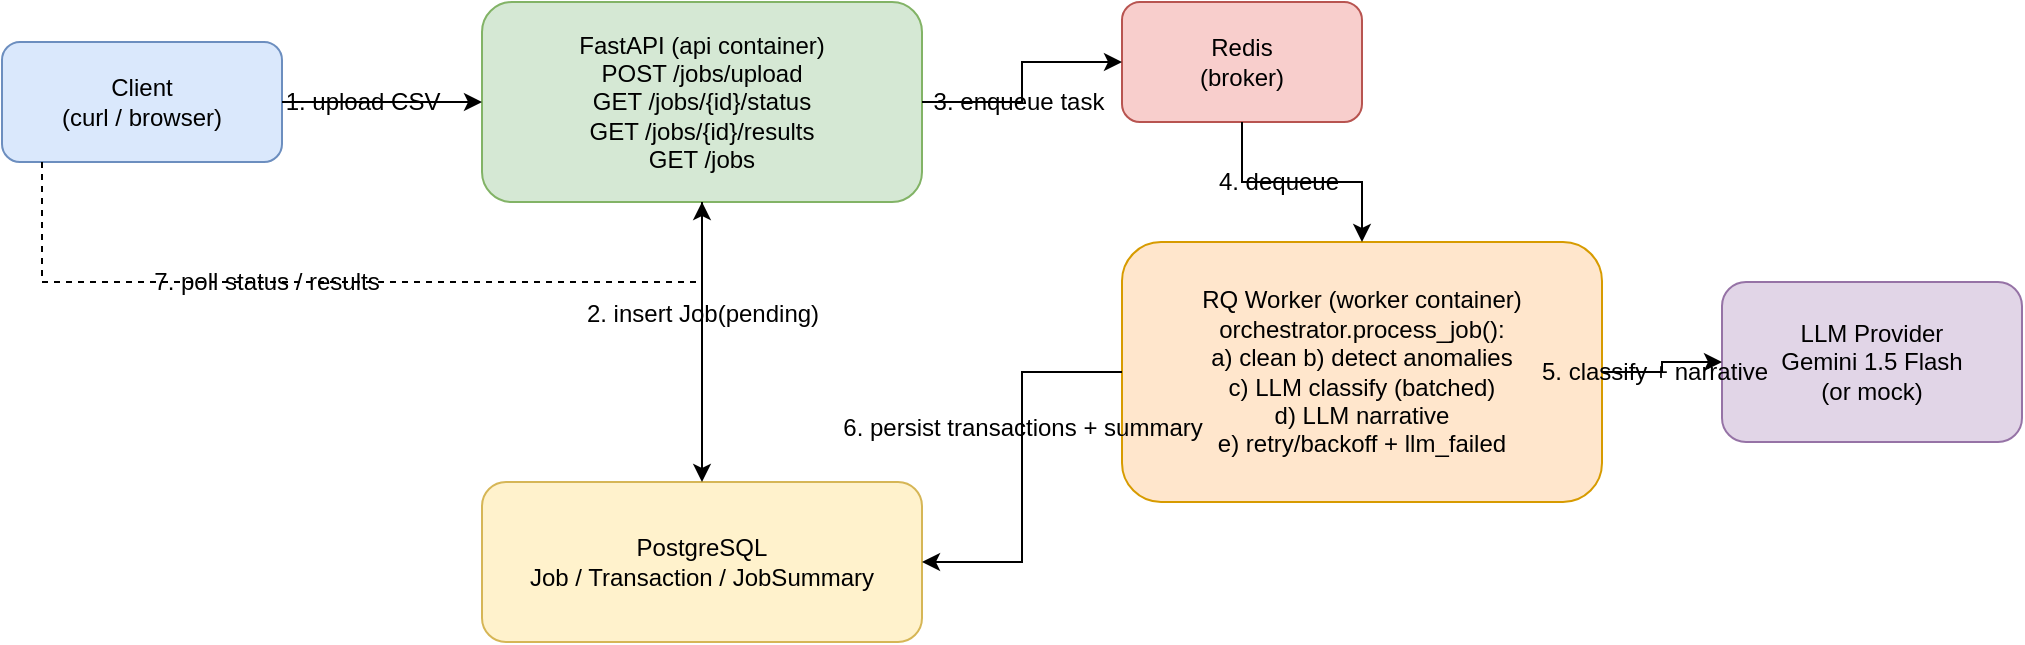
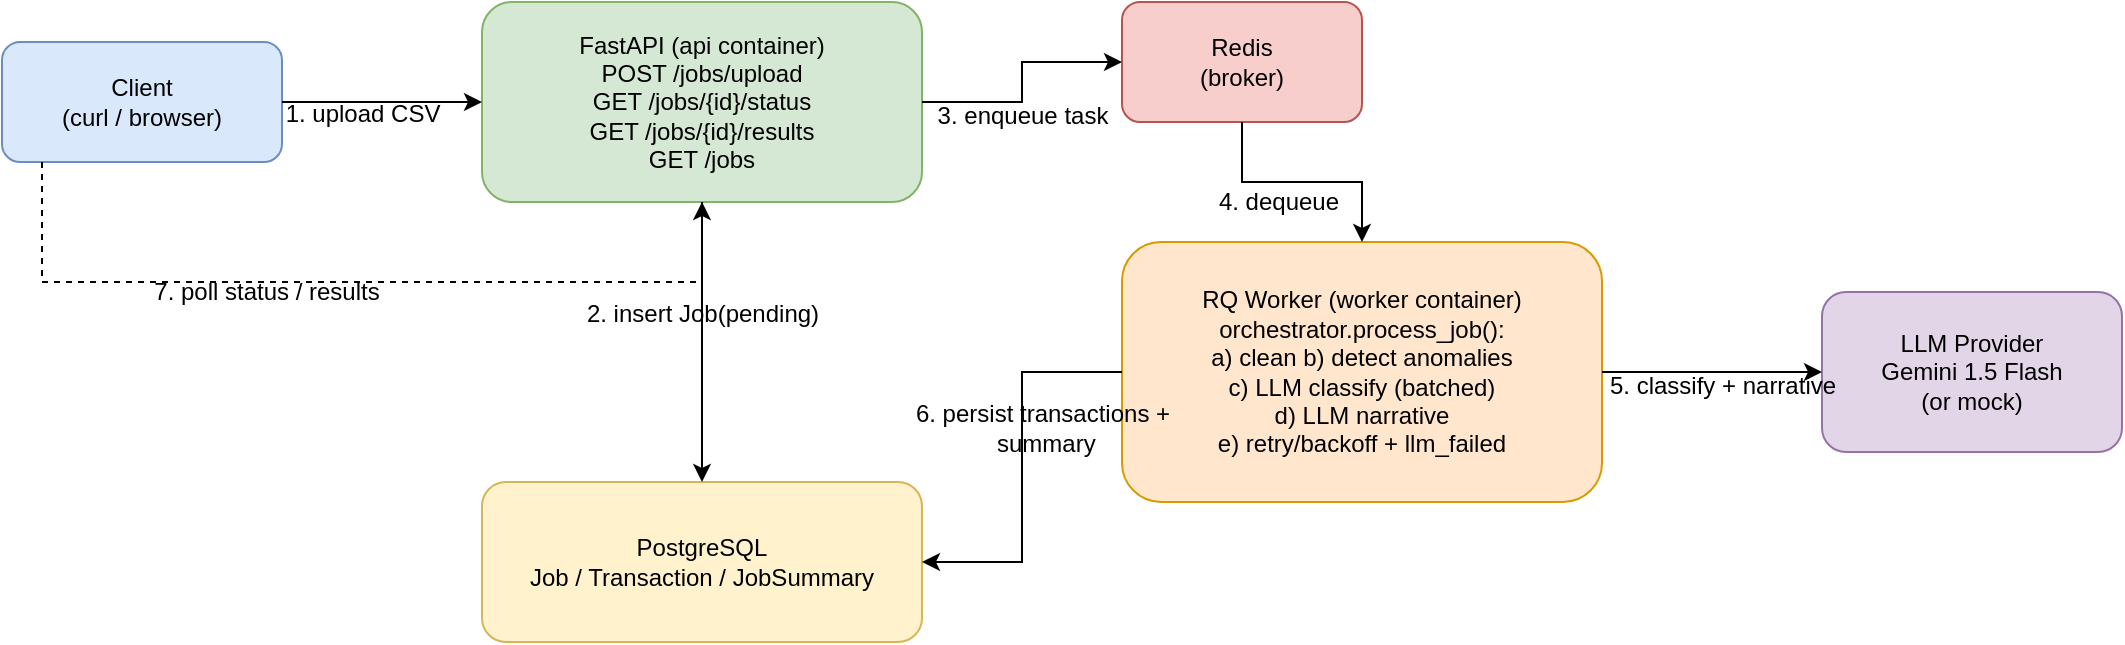
- <mxfile host="app.diagrams.net">
-   <diagram name="Architecture" id="arch1">
-     <mxGraphModel dx="1200" dy="700" grid="1" gridSize="10" guides="1" tooltips="1" connect="1" arrows="1" fold="1" page="1" pageScale="1" pageWidth="1100" pageHeight="850" math="0" shadow="0">
-       <root>
-         <mxCell id="0" />
-         <mxCell id="1" parent="0" />
- 
-         <mxCell id="client" value="Client&#10;(curl / browser)" style="rounded=1;whiteSpace=wrap;html=1;fillColor=#dae8fc;strokeColor=#6c8ebf;" vertex="1" parent="1">
-           <mxGeometry x="40" y="60" width="140" height="60" as="geometry" />
-         </mxCell>
- 
-         <mxCell id="api" value="FastAPI (api container)&#10;POST /jobs/upload&#10;GET /jobs/{id}/status&#10;GET /jobs/{id}/results&#10;GET /jobs" style="rounded=1;whiteSpace=wrap;html=1;fillColor=#d5e8d4;strokeColor=#82b366;" vertex="1" parent="1">
-           <mxGeometry x="280" y="40" width="220" height="100" as="geometry" />
-         </mxCell>
- 
-         <mxCell id="redis" value="Redis&#10;(broker)" style="rounded=1;whiteSpace=wrap;html=1;fillColor=#f8cecc;strokeColor=#b85450;" vertex="1" parent="1">
-           <mxGeometry x="600" y="40" width="120" height="60" as="geometry" />
-         </mxCell>
- 
-         <mxCell id="worker" value="RQ Worker (worker container)&#10;orchestrator.process_job():&#10;a) clean  b) detect anomalies&#10;c) LLM classify (batched)&#10;d) LLM narrative&#10;e) retry/backoff + llm_failed" style="rounded=1;whiteSpace=wrap;html=1;fillColor=#ffe6cc;strokeColor=#d79b00;" vertex="1" parent="1">
-           <mxGeometry x="600" y="160" width="240" height="130" as="geometry" />
-         </mxCell>
- 
-         <mxCell id="llm" value="LLM Provider&#10;Gemini 1.5 Flash&#10;(or mock)" style="rounded=1;whiteSpace=wrap;html=1;fillColor=#e1d5e7;strokeColor=#9673a6;" vertex="1" parent="1">
-           <mxGeometry x="900" y="180" width="150" height="80" as="geometry" />
-         </mxCell>
- 
-         <mxCell id="db" value="PostgreSQL&#10;Job / Transaction / JobSummary" style="rounded=1;whiteSpace=wrap;html=1;fillColor=#fff2cc;strokeColor=#d6b656;" vertex="1" parent="1">
-           <mxGeometry x="280" y="280" width="220" height="80" as="geometry" />
-         </mxCell>
- 
-         <mxCell id="e1" style="edgeStyle=orthogonalEdgeStyle;rounded=0;html=1;" edge="1" parent="1" source="client" target="api">
-           <mxGeometry relative="1" as="geometry" />
-         </mxCell>
-         <mxCell id="e1l" value="1. upload CSV" style="html=1;" vertex="1" connectable="0" parent="e1">
-           <mxGeometry x="-0.2" relative="1" as="geometry"><mxPoint as="offset" /></mxGeometry>
-         </mxCell>
- 
-         <mxCell id="e2" style="edgeStyle=orthogonalEdgeStyle;rounded=0;html=1;" edge="1" parent="1" source="api" target="db">
-           <mxGeometry relative="1" as="geometry" />
-         </mxCell>
-         <mxCell id="e2l" value="2. insert Job(pending)" style="html=1;" vertex="1" connectable="0" parent="e2">
-           <mxGeometry x="-0.2" relative="1" as="geometry"><mxPoint as="offset" /></mxGeometry>
-         </mxCell>
- 
-         <mxCell id="e3" style="edgeStyle=orthogonalEdgeStyle;rounded=0;html=1;" edge="1" parent="1" source="api" target="redis">
-           <mxGeometry relative="1" as="geometry" />
-         </mxCell>
-         <mxCell id="e3l" value="3. enqueue task" style="html=1;" vertex="1" connectable="0" parent="e3">
-           <mxGeometry x="-0.2" relative="1" as="geometry"><mxPoint as="offset" /></mxGeometry>
-         </mxCell>
- 
-         <mxCell id="e4" style="edgeStyle=orthogonalEdgeStyle;rounded=0;html=1;" edge="1" parent="1" source="redis" target="worker">
-           <mxGeometry relative="1" as="geometry" />
-         </mxCell>
-         <mxCell id="e4l" value="4. dequeue" style="html=1;" vertex="1" connectable="0" parent="e4">
-           <mxGeometry x="-0.2" relative="1" as="geometry"><mxPoint as="offset" /></mxGeometry>
-         </mxCell>
- 
-         <mxCell id="e5" style="edgeStyle=orthogonalEdgeStyle;rounded=0;html=1;" edge="1" parent="1" source="worker" target="llm">
-           <mxGeometry relative="1" as="geometry" />
-         </mxCell>
-         <mxCell id="e5l" value="5. classify + narrative" style="html=1;" vertex="1" connectable="0" parent="e5">
-           <mxGeometry x="-0.2" relative="1" as="geometry"><mxPoint as="offset" /></mxGeometry>
-         </mxCell>
- 
-         <mxCell id="e6" style="edgeStyle=orthogonalEdgeStyle;rounded=0;html=1;" edge="1" parent="1" source="worker" target="db">
-           <mxGeometry relative="1" as="geometry" />
-         </mxCell>
-         <mxCell id="e6l" value="6. persist transactions + summary" style="html=1;" vertex="1" connectable="0" parent="e6">
-           <mxGeometry x="-0.2" relative="1" as="geometry"><mxPoint as="offset" /></mxGeometry>
-         </mxCell>
- 
-         <mxCell id="e7" style="edgeStyle=orthogonalEdgeStyle;rounded=0;html=1;dashed=1;" edge="1" parent="1" source="client" target="api">
-           <mxGeometry relative="1" as="geometry">
-             <Array as="points"><mxPoint x="60" y="180" /></Array>
-           </mxGeometry>
-         </mxCell>
-         <mxCell id="e7l" value="7. poll status / results" style="html=1;" vertex="1" connectable="0" parent="e7">
-           <mxGeometry x="-0.2" relative="1" as="geometry"><mxPoint as="offset" /></mxGeometry>
-         </mxCell>
- 
-       </root>
-     </mxGraphModel>
-   </diagram>
- </mxfile>
+ <mxfile host="65bd71144e">
+     <diagram name="Architecture" id="arch1">
+         <mxGraphModel dx="623" dy="413" grid="1" gridSize="10" guides="1" tooltips="1" connect="1" arrows="1" fold="1" page="1" pageScale="1" pageWidth="1100" pageHeight="850" math="0" shadow="0">
+             <root>
+                 <mxCell id="0"/>
+                 <mxCell id="1" parent="0"/>
+                 <mxCell id="client" value="Client&#xa;(curl / browser)" style="rounded=1;whiteSpace=wrap;html=1;fillColor=#dae8fc;strokeColor=#6c8ebf;" parent="1" vertex="1">
+                     <mxGeometry x="40" y="60" width="140" height="60" as="geometry"/>
+                 </mxCell>
+                 <mxCell id="api" value="FastAPI (api container)&#xa;POST /jobs/upload&#xa;GET /jobs/{id}/status&#xa;GET /jobs/{id}/results&#xa;GET /jobs" style="rounded=1;whiteSpace=wrap;html=1;fillColor=#d5e8d4;strokeColor=#82b366;" parent="1" vertex="1">
+                     <mxGeometry x="280" y="40" width="220" height="100" as="geometry"/>
+                 </mxCell>
+                 <mxCell id="redis" value="Redis&#xa;(broker)" style="rounded=1;whiteSpace=wrap;html=1;fillColor=#f8cecc;strokeColor=#b85450;" parent="1" vertex="1">
+                     <mxGeometry x="600" y="40" width="120" height="60" as="geometry"/>
+                 </mxCell>
+                 <mxCell id="worker" value="RQ Worker (worker container)&#xa;orchestrator.process_job():&#xa;a) clean  b) detect anomalies&#xa;c) LLM classify (batched)&#xa;d) LLM narrative&#xa;e) retry/backoff + llm_failed" style="rounded=1;whiteSpace=wrap;html=1;fillColor=#ffe6cc;strokeColor=#d79b00;" parent="1" vertex="1">
+                     <mxGeometry x="600" y="160" width="240" height="130" as="geometry"/>
+                 </mxCell>
+                 <mxCell id="llm" value="LLM Provider&#xa;Gemini 1.5 Flash&#xa;(or mock)" style="rounded=1;whiteSpace=wrap;html=1;fillColor=#e1d5e7;strokeColor=#9673a6;" parent="1" vertex="1">
+                     <mxGeometry x="950" y="185" width="150" height="80" as="geometry"/>
+                 </mxCell>
+                 <mxCell id="db" value="PostgreSQL&#xa;Job / Transaction / JobSummary" style="rounded=1;whiteSpace=wrap;html=1;fillColor=#fff2cc;strokeColor=#d6b656;" parent="1" vertex="1">
+                     <mxGeometry x="280" y="280" width="220" height="80" as="geometry"/>
+                 </mxCell>
+                 <mxCell id="e1" style="edgeStyle=orthogonalEdgeStyle;rounded=0;html=1;" parent="1" source="client" target="api" edge="1">
+                     <mxGeometry relative="1" as="geometry"/>
+                 </mxCell>
+                 <mxCell id="e1l" value="1. upload CSV" style="html=1;" parent="e1" vertex="1" connectable="0">
+                     <mxGeometry x="-0.2" relative="1" as="geometry">
+                         <mxPoint y="6" as="offset"/>
+                     </mxGeometry>
+                 </mxCell>
+                 <mxCell id="e2" style="edgeStyle=orthogonalEdgeStyle;rounded=0;html=1;" parent="1" source="api" target="db" edge="1">
+                     <mxGeometry relative="1" as="geometry"/>
+                 </mxCell>
+                 <mxCell id="e2l" value="2. insert Job(pending)" style="html=1;" parent="e2" vertex="1" connectable="0">
+                     <mxGeometry x="-0.2" relative="1" as="geometry">
+                         <mxPoint as="offset"/>
+                     </mxGeometry>
+                 </mxCell>
+                 <mxCell id="e3" style="edgeStyle=orthogonalEdgeStyle;rounded=0;html=1;" parent="1" source="api" target="redis" edge="1">
+                     <mxGeometry relative="1" as="geometry"/>
+                 </mxCell>
+                 <mxCell id="e3l" value="3. enqueue task" style="html=1;" parent="e3" vertex="1" connectable="0">
+                     <mxGeometry x="-0.2" relative="1" as="geometry">
+                         <mxPoint x="2" y="7" as="offset"/>
+                     </mxGeometry>
+                 </mxCell>
+                 <mxCell id="e4" style="edgeStyle=orthogonalEdgeStyle;rounded=0;html=1;" parent="1" source="redis" target="worker" edge="1">
+                     <mxGeometry relative="1" as="geometry"/>
+                 </mxCell>
+                 <mxCell id="e4l" value="4. dequeue" style="html=1;" parent="e4" vertex="1" connectable="0">
+                     <mxGeometry x="-0.2" relative="1" as="geometry">
+                         <mxPoint y="10" as="offset"/>
+                     </mxGeometry>
+                 </mxCell>
+                 <mxCell id="e5" style="edgeStyle=orthogonalEdgeStyle;rounded=0;html=1;" parent="1" source="worker" target="llm" edge="1">
+                     <mxGeometry relative="1" as="geometry"/>
+                 </mxCell>
+                 <mxCell id="e5l" value="5. classify + narrative" style="html=1;" parent="e5" vertex="1" connectable="0">
+                     <mxGeometry x="-0.2" relative="1" as="geometry">
+                         <mxPoint x="16" y="7" as="offset"/>
+                     </mxGeometry>
+                 </mxCell>
+                 <mxCell id="e6" style="edgeStyle=orthogonalEdgeStyle;rounded=0;html=1;" parent="1" source="worker" target="db" edge="1">
+                     <mxGeometry relative="1" as="geometry"/>
+                 </mxCell>
+                 <mxCell id="e6l" value="6. persist transactions +&lt;div&gt;&amp;nbsp;summary&lt;/div&gt;" style="html=1;" parent="e6" vertex="1" connectable="0">
+                     <mxGeometry x="-0.2" relative="1" as="geometry">
+                         <mxPoint x="10" as="offset"/>
+                     </mxGeometry>
+                 </mxCell>
+                 <mxCell id="e7" style="edgeStyle=orthogonalEdgeStyle;rounded=0;html=1;dashed=1;" parent="1" source="client" target="api" edge="1">
+                     <mxGeometry relative="1" as="geometry">
+                         <Array as="points">
+                             <mxPoint x="60" y="180"/>
+                         </Array>
+                     </mxGeometry>
+                 </mxCell>
+                 <mxCell id="e7l" value="7. poll status / results" style="html=1;" parent="e7" vertex="1" connectable="0">
+                     <mxGeometry x="-0.2" relative="1" as="geometry">
+                         <mxPoint y="5" as="offset"/>
+                     </mxGeometry>
+                 </mxCell>
+             </root>
+         </mxGraphModel>
+     </diagram>
+ </mxfile>